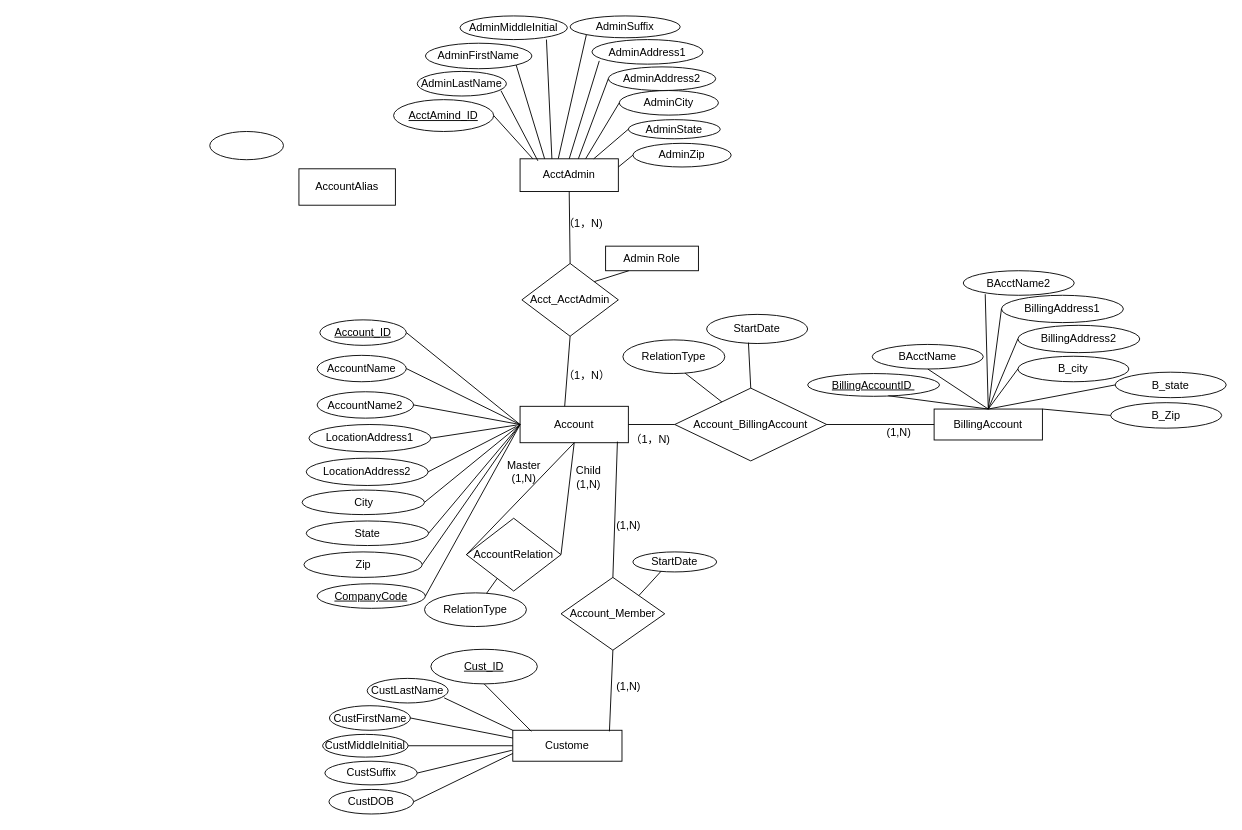
Earlier version of the draw.io diagram page "Page-1" (1 of 2) of dsm-project-p1.drawio (HanquanL/c_practices). Source tidied: cells renumbered, new cells numbered last; positions are measured from the earlier drawing's top-left corner, leaving out a move shared by most shapes. Both pictures are drawn from the tidied source at 91%, with x=0, y=0 at pixel (209, 15).
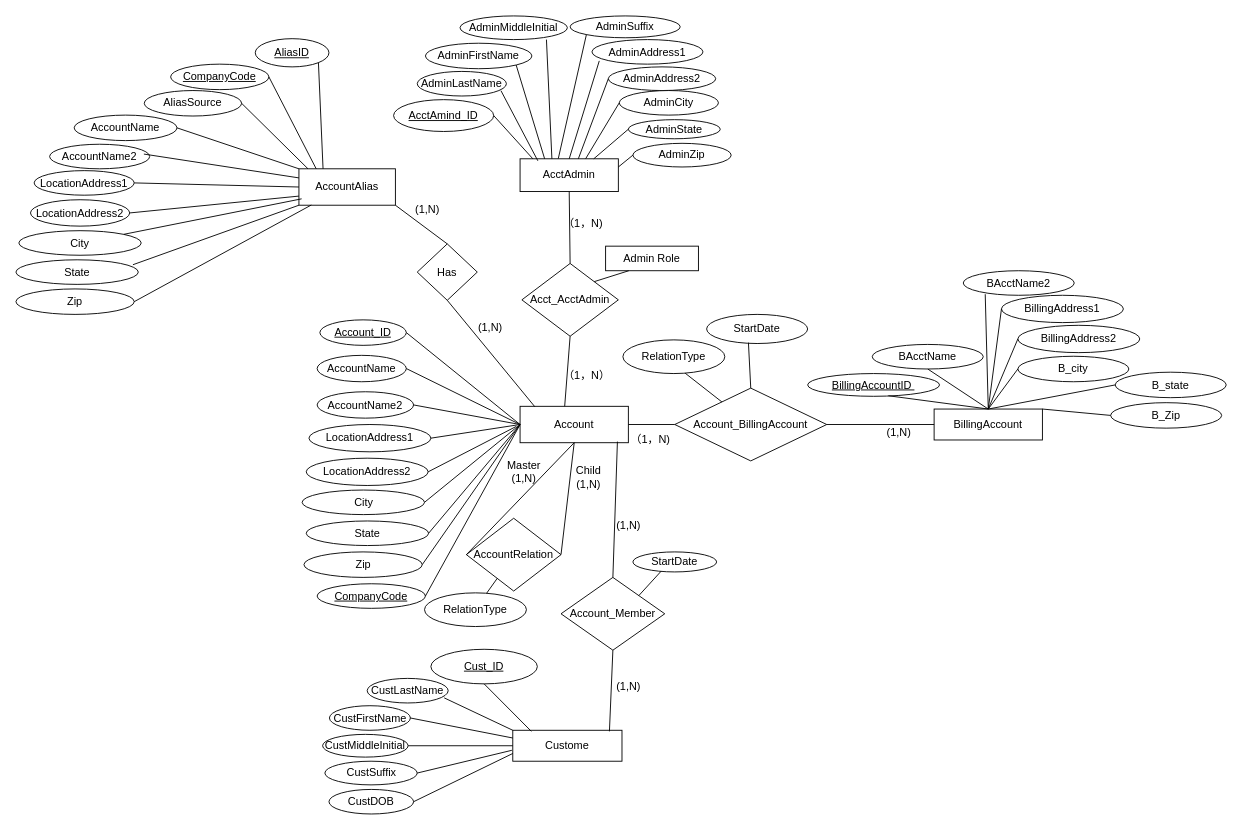
The same diagram, later.

Unchanged cells that the change refers to:
```xml
<mxCell id="2" value="Account" style="rounded=0;whiteSpace=wrap;html=1;" parent="1" vertex="1">
  <mxGeometry x="341" y="429" width="119" height="40" as="geometry" />
</mxCell>
<mxCell id="102" value="AccountAlias" style="rounded=0;whiteSpace=wrap;html=1;" parent="1" vertex="1">
  <mxGeometry x="98" y="168" width="106" height="40" as="geometry" />
</mxCell>
```

What changed in the source:
```diff
@@
-    <mxCell id="103" style="ellipse;whiteSpace=wrap;html=1;" parent="1" vertex="1">
-      <mxGeometry y="127" width="81" height="31" as="geometry" />
+    <mxCell id="103" value="&lt;u&gt;AliasID&lt;/u&gt;" style="ellipse;whiteSpace=wrap;html=1;" parent="1" vertex="1">
+      <mxGeometry x="50" y="25" width="81" height="31" as="geometry" />
     </mxCell>
+    <mxCell id="104" value="&lt;u&gt;CompanyCode&lt;/u&gt;" style="ellipse;whiteSpace=wrap;html=1;" parent="1" vertex="1">
+      <mxGeometry x="-43" y="53" width="108" height="28" as="geometry" />
+    </mxCell>
+    <mxCell id="105" value="AliasSource" style="ellipse;whiteSpace=wrap;html=1;" parent="1" vertex="1">
+      <mxGeometry x="-72" y="82" width="107" height="28" as="geometry" />
+    </mxCell>
+    <mxCell id="106" value="AccountName" style="ellipse;whiteSpace=wrap;html=1;" parent="1" vertex="1">
+      <mxGeometry x="-149" y="109" width="113" height="28" as="geometry" />
+    </mxCell>
+    <mxCell id="107" value="AccountName2" style="ellipse;whiteSpace=wrap;html=1;" parent="1" vertex="1">
+      <mxGeometry x="-176" y="141" width="110" height="27" as="geometry" />
+    </mxCell>
+    <mxCell id="108" value="LocationAddress1" style="ellipse;whiteSpace=wrap;html=1;" parent="1" vertex="1">
+      <mxGeometry x="-193" y="170" width="110" height="27" as="geometry" />
+    </mxCell>
+    <mxCell id="109" value="LocationAddress2" style="ellipse;whiteSpace=wrap;html=1;" parent="1" vertex="1">
+      <mxGeometry x="-197" y="202" width="109" height="29" as="geometry" />
+    </mxCell>
+    <mxCell id="110" value="City" style="ellipse;whiteSpace=wrap;html=1;" parent="1" vertex="1">
+      <mxGeometry x="-209.8" y="236" width="134.5" height="27" as="geometry" />
+    </mxCell>
+    <mxCell id="111" value="State" style="ellipse;whiteSpace=wrap;html=1;" parent="1" vertex="1">
+      <mxGeometry x="-213" y="268" width="134.5" height="27" as="geometry" />
+    </mxCell>
+    <mxCell id="112" value="Zip" style="ellipse;whiteSpace=wrap;html=1;" parent="1" vertex="1">
+      <mxGeometry x="-213" y="300" width="130" height="28" as="geometry" />
+    </mxCell>
+    <mxCell id="113" style="endArrow=none;html=1;rounded=0;entryX=1;entryY=1;entryDx=0;entryDy=0;exitX=0.25;exitY=0;exitDx=0;exitDy=0;" parent="1" edge="1" source="102" target="103">
+      <mxGeometry relative="1" as="geometry" />
+    </mxCell>
+    <mxCell id="114" style="endArrow=none;html=1;rounded=0;entryX=1;entryY=0.5;entryDx=0;entryDy=0;exitX=0.179;exitY=0;exitDx=0;exitDy=0;exitPerimeter=0;" parent="1" edge="1" source="102" target="104">
+      <mxGeometry relative="1" as="geometry" />
+    </mxCell>
+    <mxCell id="115" style="endArrow=none;html=1;rounded=0;entryX=1;entryY=0.5;entryDx=0;entryDy=0;exitX=0.094;exitY=0;exitDx=0;exitDy=0;exitPerimeter=0;" parent="1" edge="1" source="102" target="105">
+      <mxGeometry relative="1" as="geometry" />
+    </mxCell>
+    <mxCell id="116" style="endArrow=none;html=1;rounded=0;entryX=1;entryY=0.5;entryDx=0;entryDy=0;exitX=0;exitY=0;exitDx=0;exitDy=0;" parent="1" edge="1" source="102" target="106">
+      <mxGeometry relative="1" as="geometry" />
+    </mxCell>
+    <mxCell id="117" style="endArrow=none;html=1;rounded=0;entryX=0.942;entryY=0.4;entryDx=0;entryDy=0;entryPerimeter=0;exitX=0;exitY=0.25;exitDx=0;exitDy=0;" parent="1" edge="1" source="102" target="107">
+      <mxGeometry relative="1" as="geometry" />
+    </mxCell>
+    <mxCell id="118" style="endArrow=none;html=1;rounded=0;entryX=1;entryY=0.5;entryDx=0;entryDy=0;exitX=0;exitY=0.5;exitDx=0;exitDy=0;" parent="1" edge="1" source="102" target="108">
+      <mxGeometry relative="1" as="geometry" />
+    </mxCell>
+    <mxCell id="119" style="endArrow=none;html=1;rounded=0;entryX=1;entryY=0.5;entryDx=0;entryDy=0;exitX=0;exitY=0.75;exitDx=0;exitDy=0;" parent="1" edge="1" source="102" target="109">
+      <mxGeometry relative="1" as="geometry" />
+    </mxCell>
+    <mxCell id="120" style="endArrow=none;html=1;rounded=0;entryX=0.028;entryY=0.825;entryDx=0;entryDy=0;entryPerimeter=0;" parent="1" edge="1" source="110" target="102">
+      <mxGeometry relative="1" as="geometry" />
+    </mxCell>
+    <mxCell id="121" style="endArrow=none;html=1;rounded=0;exitX=0.956;exitY=0.2;exitDx=0;exitDy=0;exitPerimeter=0;entryX=0;entryY=1;entryDx=0;entryDy=0;" parent="1" edge="1" source="111" target="102">
+      <mxGeometry relative="1" as="geometry" />
+    </mxCell>
+    <mxCell id="122" style="endArrow=none;html=1;rounded=0;exitX=1;exitY=0.5;exitDx=0;exitDy=0;entryX=0.128;entryY=0.995;entryDx=0;entryDy=0;entryPerimeter=0;" parent="1" edge="1" source="112" target="102">
+      <mxGeometry relative="1" as="geometry" />
+    </mxCell>
+    <mxCell id="123" value="Has" style="rhombus;whiteSpace=wrap;html=1;" parent="1" vertex="1">
+      <mxGeometry x="228" y="250.5" width="66" height="62" as="geometry" />
+    </mxCell>
+    <mxCell id="124" style="endArrow=none;html=1;rounded=0;entryX=0.5;entryY=1;entryDx=0;entryDy=0;exitX=0.136;exitY=0.01;exitDx=0;exitDy=0;exitPerimeter=0;" parent="1" edge="1" source="2" target="123">
+      <mxGeometry relative="1" as="geometry" />
+    </mxCell>
+    <mxCell id="125" style="endArrow=none;html=1;rounded=0;entryX=0.5;entryY=0;entryDx=0;entryDy=0;exitX=1;exitY=1;exitDx=0;exitDy=0;" parent="1" edge="1" source="102" target="123">
+      <mxGeometry relative="1" as="geometry" />
+    </mxCell>
+    <mxCell id="126" value="(1,N)" style="text;html=1;align=center;verticalAlign=middle;strokeColor=none;fillColor=none;" parent="1" vertex="1">
+      <mxGeometry x="216" y="200" width="45" height="26" as="geometry" />
+    </mxCell>
+    <mxCell id="127" value="(1,N)" style="text;html=1;align=center;verticalAlign=middle;strokeColor=none;fillColor=none;" parent="1" vertex="1">
+      <mxGeometry x="285" y="330" width="45" height="26" as="geometry" />
+    </mxCell>
```
